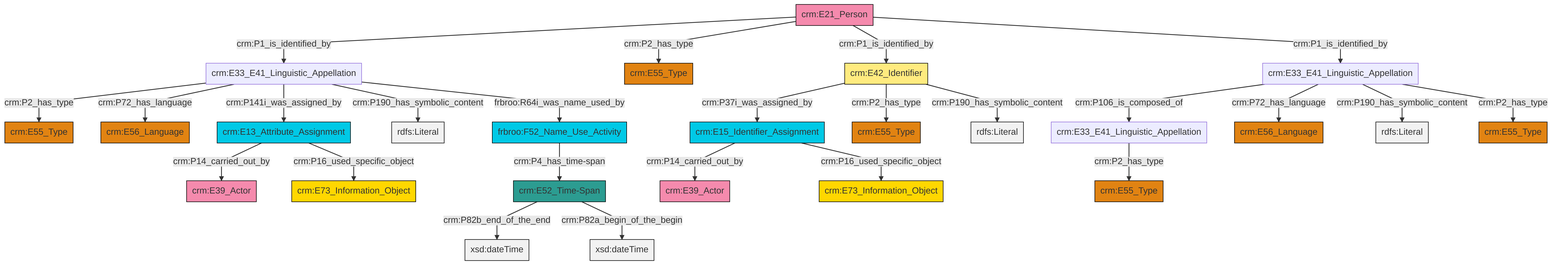
swiss-art-research-net/docs.swissartresearch keeps this Mermaid diagram as et/personCSV/ttl/mmd/png/Person_Names_and_Classification.png. Above is the earlier version. Its source is kept beside it as et/personCSV/ttl/mmd/Person_Names_and_Classification.ttl.mmd.
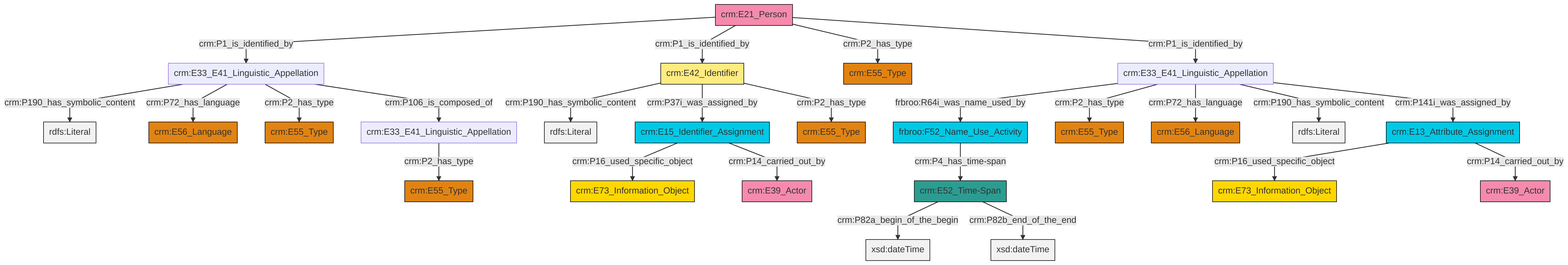
The same file after the commit.

Change to the diagram source:
```diff
@@ -13,27 +13,27 @@
 classDef PC_Classes fill:#4ce600, stroke:#000000;
 classDef Multi fill:#cccccc,stroke:#000000;
 
-4["crm:E33_E41_Linguistic_Appellation"]:::Default -->|crm:P2_has_type| 5["crm:E55_Type"]:::Type
-6["crm:E33_E41_Linguistic_Appellation"]:::Default -->|crm:P106_is_composed_of| 8["crm:E33_E41_Linguistic_Appellation"]:::Default
-13["crm:E21_Person"]:::Actor -->|crm:P1_is_identified_by| 4["crm:E33_E41_Linguistic_Appellation"]:::Default
-6["crm:E33_E41_Linguistic_Appellation"]:::Default -->|crm:P72_has_language| 14["crm:E56_Language"]:::Type
-13["crm:E21_Person"]:::Actor -->|crm:P2_has_type| 9["crm:E55_Type"]:::Type
-6["crm:E33_E41_Linguistic_Appellation"]:::Default -->|crm:P190_has_symbolic_content| 15[rdfs:Literal]:::Literal
-16["crm:E42_Identifier"]:::Appellation -->|crm:P37i_was_assigned_by| 11["crm:E15_Identifier_Assignment"]:::Temporal_Entity
-17["crm:E52_Time-Span"]:::Time-Span -->|crm:P82b_end_of_the_end| 18[xsd:dateTime]:::Literal
-11["crm:E15_Identifier_Assignment"]:::Temporal_Entity -->|crm:P14_carried_out_by| 19["crm:E39_Actor"]:::Actor
-4["crm:E33_E41_Linguistic_Appellation"]:::Default -->|crm:P72_has_language| 20["crm:E56_Language"]:::Type
-4["crm:E33_E41_Linguistic_Appellation"]:::Default -->|crm:P141i_was_assigned_by| 23["crm:E13_Attribute_Assignment"]:::Temporal_Entity
-4["crm:E33_E41_Linguistic_Appellation"]:::Default -->|crm:P190_has_symbolic_content| 24[rdfs:Literal]:::Literal
-16["crm:E42_Identifier"]:::Appellation -->|crm:P2_has_type| 21["crm:E55_Type"]:::Type
-17["crm:E52_Time-Span"]:::Time-Span -->|crm:P82a_begin_of_the_begin| 25[xsd:dateTime]:::Literal
-11["crm:E15_Identifier_Assignment"]:::Temporal_Entity -->|crm:P16_used_specific_object| 26["crm:E73_Information_Object"]:::Conceptual_Object
-23["crm:E13_Attribute_Assignment"]:::Temporal_Entity -->|crm:P14_carried_out_by| 2["crm:E39_Actor"]:::Actor
-6["crm:E33_E41_Linguistic_Appellation"]:::Default -->|crm:P2_has_type| 0["crm:E55_Type"]:::Type
-13["crm:E21_Person"]:::Actor -->|crm:P1_is_identified_by| 16["crm:E42_Identifier"]:::Appellation
-8["crm:E33_E41_Linguistic_Appellation"]:::Default -->|crm:P2_has_type| 30["crm:E55_Type"]:::Type
-23["crm:E13_Attribute_Assignment"]:::Temporal_Entity -->|crm:P16_used_specific_object| 33["crm:E73_Information_Object"]:::Conceptual_Object
-4["crm:E33_E41_Linguistic_Appellation"]:::Default -->|frbroo:R64i_was_name_used_by| 28["frbroo:F52_Name_Use_Activity"]:::Temporal_Entity
-13["crm:E21_Person"]:::Actor -->|crm:P1_is_identified_by| 6["crm:E33_E41_Linguistic_Appellation"]:::Default
-16["crm:E42_Identifier"]:::Appellation -->|crm:P190_has_symbolic_content| 43[rdfs:Literal]:::Literal
-28["frbroo:F52_Name_Use_Activity"]:::Temporal_Entity -->|crm:P4_has_time-span| 17["crm:E52_Time-Span"]:::Time-Span
+0["crm:E15_Identifier_Assignment"]:::Temporal_Entity -->|crm:P16_used_specific_object| 1["crm:E73_Information_Object"]:::Conceptual_Object
+0["crm:E15_Identifier_Assignment"]:::Temporal_Entity -->|crm:P14_carried_out_by| 4["crm:E39_Actor"]:::Actor
+5["crm:E33_E41_Linguistic_Appellation"]:::Default -->|crm:P2_has_type| 7["crm:E55_Type"]:::Type
+10["crm:E42_Identifier"]:::Appellation -->|crm:P190_has_symbolic_content| 11[rdfs:Literal]:::Literal
+16["crm:E21_Person"]:::Actor -->|crm:P1_is_identified_by| 17["crm:E33_E41_Linguistic_Appellation"]:::Default
+23["crm:E33_E41_Linguistic_Appellation"]:::Default -->|frbroo:R64i_was_name_used_by| 24["frbroo:F52_Name_Use_Activity"]:::Temporal_Entity
+16["crm:E21_Person"]:::Actor -->|crm:P1_is_identified_by| 10["crm:E42_Identifier"]:::Appellation
+16["crm:E21_Person"]:::Actor -->|crm:P2_has_type| 14["crm:E55_Type"]:::Type
+12["crm:E52_Time-Span"]:::Time-Span -->|crm:P82a_begin_of_the_begin| 30[xsd:dateTime]:::Literal
+23["crm:E33_E41_Linguistic_Appellation"]:::Default -->|crm:P2_has_type| 31["crm:E55_Type"]:::Type
+17["crm:E33_E41_Linguistic_Appellation"]:::Default -->|crm:P190_has_symbolic_content| 34[rdfs:Literal]:::Literal
+2["crm:E13_Attribute_Assignment"]:::Temporal_Entity -->|crm:P16_used_specific_object| 21["crm:E73_Information_Object"]:::Conceptual_Object
+17["crm:E33_E41_Linguistic_Appellation"]:::Default -->|crm:P72_has_language| 26["crm:E56_Language"]:::Type
+12["crm:E52_Time-Span"]:::Time-Span -->|crm:P82b_end_of_the_end| 35[xsd:dateTime]:::Literal
+23["crm:E33_E41_Linguistic_Appellation"]:::Default -->|crm:P72_has_language| 36["crm:E56_Language"]:::Type
+10["crm:E42_Identifier"]:::Appellation -->|crm:P37i_was_assigned_by| 0["crm:E15_Identifier_Assignment"]:::Temporal_Entity
+2["crm:E13_Attribute_Assignment"]:::Temporal_Entity -->|crm:P14_carried_out_by| 8["crm:E39_Actor"]:::Actor
+16["crm:E21_Person"]:::Actor -->|crm:P1_is_identified_by| 23["crm:E33_E41_Linguistic_Appellation"]:::Default
+23["crm:E33_E41_Linguistic_Appellation"]:::Default -->|crm:P190_has_symbolic_content| 45[rdfs:Literal]:::Literal
+24["frbroo:F52_Name_Use_Activity"]:::Temporal_Entity -->|crm:P4_has_time-span| 12["crm:E52_Time-Span"]:::Time-Span
+10["crm:E42_Identifier"]:::Appellation -->|crm:P2_has_type| 28["crm:E55_Type"]:::Type
+23["crm:E33_E41_Linguistic_Appellation"]:::Default -->|crm:P141i_was_assigned_by| 2["crm:E13_Attribute_Assignment"]:::Temporal_Entity
+17["crm:E33_E41_Linguistic_Appellation"]:::Default -->|crm:P2_has_type| 38["crm:E55_Type"]:::Type
+17["crm:E33_E41_Linguistic_Appellation"]:::Default -->|crm:P106_is_composed_of| 5["crm:E33_E41_Linguistic_Appellation"]:::Default
```
